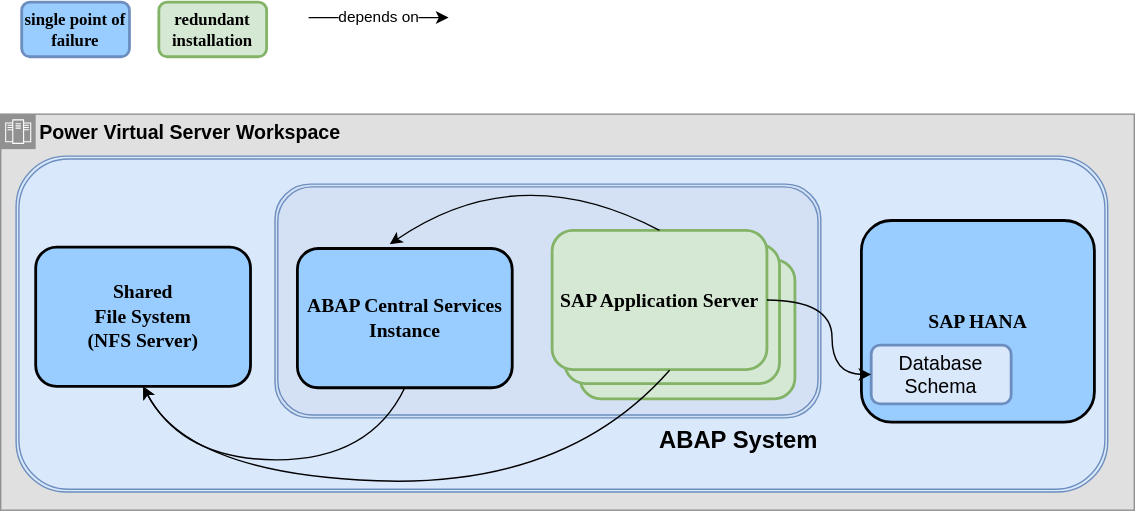
ibm-cloud-docs/sap keeps this draw.io diagram as images/powervs-ha-technical-components.svg. Above is the earlier version. Source tidied: cells renumbered, new cells last; positions are measured from the earlier drawing's top-left corner, leaving out a move shared by most shapes.
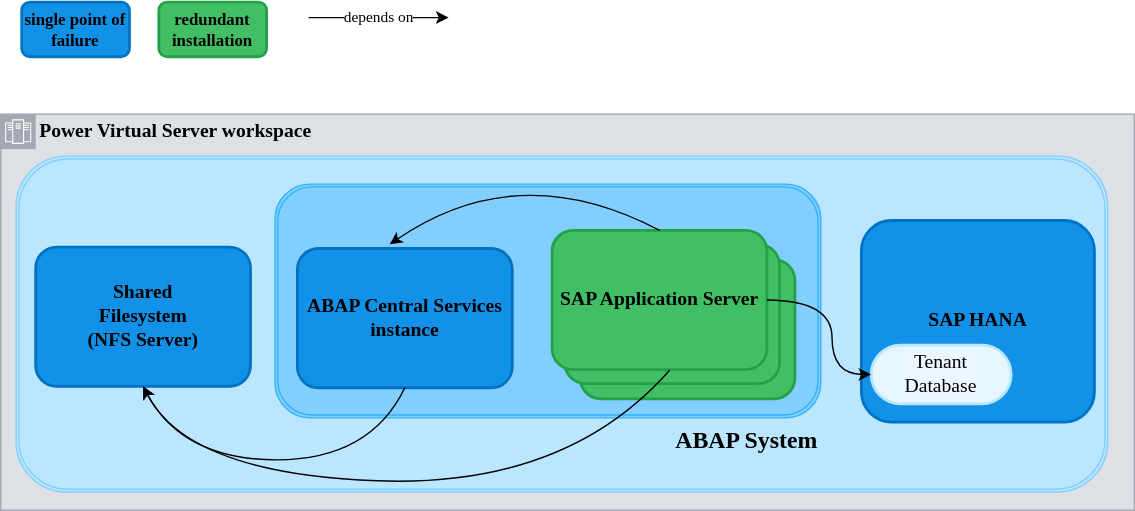
Later version of the same file.

The edit, as a diff of the source:
```diff
@@ -1,44 +1,44 @@
-<mxGraphModel>
+<mxGraphModel background="#ffffff">
   <root>
     <mxCell id="0" />
     <mxCell id="1" parent="0" />
-    <mxCell id="2" value="&lt;font style=&quot;font-size: 14px;&quot;&gt;&lt;b&gt;Power Virtual Server Workspace&lt;/b&gt;&lt;/font&gt;" style="shape=mxgraph.ibm.box;prType=zone;fontStyle=0;verticalAlign=top;align=left;spacingLeft=32;spacingTop=4;fillColor=#E0E0E0;rounded=0;whiteSpace=wrap;html=1;strokeColor=#919191;strokeWidth=1;dashed=0;spacing=-4;" parent="1" vertex="1">
+    <mxCell id="2" value="&lt;font style=&quot;font-size: 14px;&quot;&gt;&lt;b&gt;Power Virtual Server workspace&lt;/b&gt;&lt;/font&gt;" style="shape=mxgraph.ibm.box;prType=zone;fontStyle=0;verticalAlign=top;align=left;spacingLeft=32;spacingTop=4;fillColor=#DDE1E6;rounded=0;whiteSpace=wrap;html=1;strokeColor=#A2A9B0;strokeWidth=1;dashed=0;spacing=-4;fontFamily=IBM Plex Sans;" parent="1" vertex="1">
       <mxGeometry y="80" width="810" height="283" as="geometry" />
     </mxCell>
-    <mxCell id="3" style="shape=ext;double=1;rounded=1;whiteSpace=wrap;html=1;fillColor=#DAE8FC;strokeColor=#6c8ebf;labelPosition=center;verticalLabelPosition=bottom;align=center;verticalAlign=top;fontSize=17;fontStyle=1;" parent="1" vertex="1">
+    <mxCell id="3" style="shape=ext;double=1;rounded=1;whiteSpace=wrap;html=1;fillColor=#BAE6FF;strokeColor=#82CFFF;labelPosition=center;verticalLabelPosition=bottom;align=center;verticalAlign=top;fontSize=17;fontStyle=1;fontFamily=IBM Plex Sans;" parent="1" vertex="1">
       <mxGeometry x="11" y="110" width="780" height="240" as="geometry" />
     </mxCell>
-    <mxCell id="4" value="&lt;font face=&quot;IBM Plex Sans&quot; style=&quot;font-size: 14px;&quot;&gt;&lt;b style=&quot;font-size: 14px;&quot;&gt;SAP HANA&lt;br&gt;&lt;/b&gt;&lt;/font&gt;" style="rounded=1;whiteSpace=wrap;html=1;strokeWidth=2;fillWeight=4;hachureGap=8;hachureAngle=45;fillColor=#99CCFF;fontSize=14;labelPosition=center;verticalLabelPosition=middle;align=center;verticalAlign=middle;" parent="1" vertex="1">
+    <mxCell id="4" value="&lt;font style=&quot;font-size: 14px;&quot;&gt;&lt;b style=&quot;font-size: 14px;&quot;&gt;SAP HANA&lt;br&gt;&lt;/b&gt;&lt;/font&gt;" style="rounded=1;whiteSpace=wrap;html=1;strokeWidth=2;fillWeight=4;hachureGap=8;hachureAngle=45;fillColor=#1192E8;fontSize=14;labelPosition=center;verticalLabelPosition=middle;align=center;verticalAlign=middle;fontFamily=IBM Plex Sans;strokeColor=#0072C3;" parent="1" vertex="1">
       <mxGeometry x="615" y="156" width="166.5" height="144" as="geometry" />
     </mxCell>
-    <mxCell id="5" value="&lt;font face=&quot;IBM Plex Sans&quot; style=&quot;font-size: 14px;&quot;&gt;&lt;b style=&quot;font-size: 14px;&quot;&gt;Shared&lt;br style=&quot;font-size: 14px;&quot;&gt;File System&lt;br&gt;(NFS Server)&lt;br style=&quot;font-size: 14px;&quot;&gt;&lt;/b&gt;&lt;/font&gt;" style="rounded=1;whiteSpace=wrap;html=1;strokeWidth=2;fillWeight=4;hachureGap=8;hachureAngle=45;fillColor=#99CCFF;fontSize=14;" parent="1" vertex="1">
+    <mxCell id="5" value="&lt;font style=&quot;font-size: 14px;&quot;&gt;&lt;b style=&quot;font-size: 14px;&quot;&gt;Shared&lt;br style=&quot;font-size: 14px;&quot;&gt;Filesystem&lt;br&gt;(NFS Server)&lt;br style=&quot;font-size: 14px;&quot;&gt;&lt;/b&gt;&lt;/font&gt;" style="rounded=1;whiteSpace=wrap;html=1;strokeWidth=2;fillWeight=4;hachureGap=8;hachureAngle=45;fillColor=#1192E8;fontSize=14;fontFamily=IBM Plex Sans;strokeColor=#0072C3;" parent="1" vertex="1">
       <mxGeometry x="25" y="175" width="153.5" height="99.5" as="geometry" />
     </mxCell>
-    <mxCell id="6" value="&lt;font face=&quot;IBM Plex Sans&quot; style=&quot;font-size: 12px;&quot;&gt;&lt;b style=&quot;font-size: 12px;&quot;&gt;redundant installation&lt;/b&gt;&lt;/font&gt;" style="rounded=1;whiteSpace=wrap;html=1;strokeWidth=2;fillWeight=4;hachureGap=8;hachureAngle=45;fillColor=#d5e8d4;fontSize=12;labelPosition=center;verticalLabelPosition=middle;align=center;verticalAlign=middle;strokeColor=#82b366;" parent="1" vertex="1">
+    <mxCell id="6" value="&lt;font style=&quot;font-size: 12px;&quot;&gt;&lt;b style=&quot;font-size: 12px;&quot;&gt;redundant installation&lt;/b&gt;&lt;/font&gt;" style="rounded=1;whiteSpace=wrap;html=1;strokeWidth=2;fillWeight=4;hachureGap=8;hachureAngle=45;fillColor=#42BE65;fontSize=12;labelPosition=center;verticalLabelPosition=middle;align=center;verticalAlign=middle;strokeColor=#24A148;fontFamily=IBM Plex Sans;" parent="1" vertex="1">
       <mxGeometry x="113" width="77" height="39" as="geometry" />
     </mxCell>
-    <mxCell id="7" value="&lt;font face=&quot;IBM Plex Sans&quot; style=&quot;font-size: 12px;&quot;&gt;&lt;b style=&quot;font-size: 12px;&quot;&gt;single point of failure&lt;/b&gt;&lt;/font&gt;" style="rounded=1;whiteSpace=wrap;html=1;strokeWidth=2;fillWeight=4;hachureGap=8;hachureAngle=45;fillColor=#99CCFF;fontSize=12;labelPosition=center;verticalLabelPosition=middle;align=center;verticalAlign=middle;strokeColor=#6c8ebf;" parent="1" vertex="1">
+    <mxCell id="7" value="&lt;font style=&quot;font-size: 12px;&quot;&gt;&lt;b style=&quot;font-size: 12px;&quot;&gt;single point of failure&lt;/b&gt;&lt;/font&gt;" style="rounded=1;whiteSpace=wrap;html=1;strokeWidth=2;fillWeight=4;hachureGap=8;hachureAngle=45;fillColor=#1192E8;fontSize=12;labelPosition=center;verticalLabelPosition=middle;align=center;verticalAlign=middle;strokeColor=#0072C3;fontFamily=IBM Plex Sans;" parent="1" vertex="1">
       <mxGeometry x="15" width="77" height="39" as="geometry" />
     </mxCell>
-    <mxCell id="8" value="ABAP System" style="shape=ext;double=1;rounded=1;whiteSpace=wrap;html=1;fillColor=#D4E1F5;strokeColor=#6c8ebf;labelPosition=center;verticalLabelPosition=bottom;align=right;verticalAlign=top;fontSize=17;fontStyle=1;" parent="1" vertex="1">
+    <mxCell id="8" value="ABAP System" style="shape=ext;double=1;rounded=1;whiteSpace=wrap;html=1;fillColor=#82CFFF;strokeColor=#33B1FF;labelPosition=center;verticalLabelPosition=bottom;align=right;verticalAlign=top;fontSize=17;fontStyle=1;fontFamily=IBM Plex Sans;" parent="1" vertex="1">
       <mxGeometry x="196" y="130" width="390" height="167" as="geometry" />
     </mxCell>
-    <mxCell id="9" value="&lt;font face=&quot;IBM Plex Sans&quot; style=&quot;font-size: 14px;&quot;&gt;&lt;b style=&quot;font-size: 14px;&quot;&gt;ABAP Central Services Instance&lt;/b&gt;&lt;/font&gt;" style="rounded=1;whiteSpace=wrap;html=1;strokeWidth=2;fillWeight=4;hachureGap=8;hachureAngle=45;fillColor=#99CCFF;fontSize=14;" parent="1" vertex="1">
+    <mxCell id="9" value="ABAP Central Services instance" style="rounded=1;whiteSpace=wrap;html=1;strokeWidth=2;fillWeight=4;hachureGap=8;hachureAngle=45;fillColor=#1192E8;fontSize=14;fontStyle=1;fontFamily=IBM Plex Sans;strokeColor=#0072C3;" parent="1" vertex="1">
       <mxGeometry x="212" y="176" width="153.5" height="99.5" as="geometry" />
     </mxCell>
-    <mxCell id="10" style="rounded=1;whiteSpace=wrap;html=1;strokeWidth=2;fillWeight=4;hachureGap=8;hachureAngle=45;fillColor=#d5e8d4;fontSize=14;labelPosition=center;verticalLabelPosition=middle;align=center;verticalAlign=middle;strokeColor=#82b366;" parent="1" vertex="1">
+    <mxCell id="10" style="rounded=1;whiteSpace=wrap;html=1;strokeWidth=2;fillWeight=4;hachureGap=8;hachureAngle=45;fillColor=#42BE65;fontSize=14;labelPosition=center;verticalLabelPosition=middle;align=center;verticalAlign=middle;strokeColor=#24A148;fontFamily=IBM Plex Sans;" parent="1" vertex="1">
       <mxGeometry x="414" y="184" width="153.5" height="99.5" as="geometry" />
     </mxCell>
-    <mxCell id="11" style="rounded=1;whiteSpace=wrap;html=1;strokeWidth=2;fillWeight=4;hachureGap=8;hachureAngle=45;fillColor=#d5e8d4;fontSize=14;labelPosition=center;verticalLabelPosition=middle;align=center;verticalAlign=middle;strokeColor=#82b366;" parent="1" vertex="1">
+    <mxCell id="11" style="rounded=1;whiteSpace=wrap;html=1;strokeWidth=2;fillWeight=4;hachureGap=8;hachureAngle=45;fillColor=#42BE65;fontSize=14;labelPosition=center;verticalLabelPosition=middle;align=center;verticalAlign=middle;strokeColor=#24A148;fontFamily=IBM Plex Sans;" parent="1" vertex="1">
       <mxGeometry x="403" y="173" width="153.5" height="99.5" as="geometry" />
     </mxCell>
-    <mxCell id="12" value="&lt;font face=&quot;IBM Plex Sans&quot; style=&quot;font-size: 14px;&quot;&gt;&lt;b style=&quot;font-size: 14px;&quot;&gt;SAP Application Server&lt;/b&gt;&lt;/font&gt;" style="rounded=1;whiteSpace=wrap;html=1;strokeWidth=2;fillWeight=4;hachureGap=8;hachureAngle=45;fillColor=#d5e8d4;fontSize=14;labelPosition=center;verticalLabelPosition=middle;align=center;verticalAlign=middle;strokeColor=#82b366;" parent="1" vertex="1">
+    <mxCell id="12" value="&lt;font style=&quot;font-size: 14px;&quot;&gt;&lt;b style=&quot;font-size: 14px;&quot;&gt;SAP Application Server&lt;/b&gt;&lt;/font&gt;" style="rounded=1;whiteSpace=wrap;html=1;strokeWidth=2;fillWeight=4;hachureGap=8;hachureAngle=45;fillColor=#42BE65;fontSize=14;labelPosition=center;verticalLabelPosition=middle;align=center;verticalAlign=middle;strokeColor=#24A148;fontFamily=IBM Plex Sans;" parent="1" vertex="1">
       <mxGeometry x="394" y="163" width="153.5" height="99.5" as="geometry" />
     </mxCell>
-    <mxCell id="13" value="Database&lt;br&gt;Schema" style="rounded=1;whiteSpace=wrap;html=1;strokeWidth=2;fillWeight=4;hachureGap=8;hachureAngle=45;fillColor=#dae8fc;fontSize=14;labelPosition=center;verticalLabelPosition=middle;align=center;verticalAlign=middle;strokeColor=#6c8ebf;" parent="1" vertex="1">
+    <mxCell id="13" value="Tenant&lt;br&gt;Database" style="rounded=1;whiteSpace=wrap;html=1;strokeWidth=2;fillWeight=4;hachureGap=8;hachureAngle=45;fillColor=#E5F6FF;fontSize=14;labelPosition=center;verticalLabelPosition=middle;align=center;verticalAlign=middle;strokeColor=#BAE6FF;fontFamily=IBM Plex Sans;labelBackgroundColor=#EDF5FF;arcSize=50;" parent="1" vertex="1">
       <mxGeometry x="622" y="245" width="100" height="42" as="geometry" />
     </mxCell>
-    <mxCell id="14" style="curved=1;endArrow=classic;html=1;rounded=0;exitX=0.5;exitY=1;exitDx=0;exitDy=0;entryX=0.5;entryY=1;entryDx=0;entryDy=0;" parent="1" edge="1" source="9" target="5">
+    <mxCell id="14" style="curved=1;endArrow=classic;html=1;rounded=0;exitX=0.5;exitY=1;exitDx=0;exitDy=0;entryX=0.5;entryY=1;entryDx=0;entryDy=0;fontFamily=IBM Plex Sans;" parent="1" edge="1" source="9" target="5">
       <mxGeometry relative="1" as="geometry">
         <Array as="points">
           <mxPoint x="264" y="327" />
@@ -46,7 +46,7 @@
         </Array>
       </mxGeometry>
     </mxCell>
-    <mxCell id="15" style="curved=1;endArrow=classic;html=1;rounded=0;exitX=0.547;exitY=1.005;exitDx=0;exitDy=0;entryX=0.5;entryY=1;entryDx=0;entryDy=0;exitPerimeter=0;" parent="1" edge="1" source="12" target="5">
+    <mxCell id="15" style="curved=1;endArrow=classic;html=1;rounded=0;exitX=0.547;exitY=1.005;exitDx=0;exitDy=0;entryX=0.5;entryY=1;entryDx=0;entryDy=0;exitPerimeter=0;fontFamily=IBM Plex Sans;" parent="1" edge="1" source="12" target="5">
       <mxGeometry relative="1" as="geometry">
         <Array as="points">
           <mxPoint x="404" y="347" />
@@ -54,7 +54,7 @@
         </Array>
       </mxGeometry>
     </mxCell>
-    <mxCell id="16" style="curved=1;endArrow=classic;html=1;rounded=0;exitX=1;exitY=0.5;exitDx=0;exitDy=0;entryX=0;entryY=0.5;entryDx=0;entryDy=0;" parent="1" edge="1" source="12" target="13">
+    <mxCell id="16" style="curved=1;endArrow=classic;html=1;rounded=0;exitX=1;exitY=0.5;exitDx=0;exitDy=0;entryX=0;entryY=0.5;entryDx=0;entryDy=0;fontFamily=IBM Plex Sans;labelBackgroundColor=#EDF5FF;" parent="1" edge="1" source="12" target="13">
       <mxGeometry relative="1" as="geometry">
         <Array as="points">
           <mxPoint x="594" y="213" />
@@ -62,14 +62,14 @@
         </Array>
       </mxGeometry>
     </mxCell>
-    <mxCell id="17" style="curved=1;endArrow=classic;html=1;rounded=0;exitX=0.5;exitY=0;exitDx=0;exitDy=0;entryX=0.43;entryY=-0.03;entryDx=0;entryDy=0;entryPerimeter=0;" parent="1" edge="1" source="12" target="9">
+    <mxCell id="17" style="curved=1;endArrow=classic;html=1;rounded=0;exitX=0.5;exitY=0;exitDx=0;exitDy=0;entryX=0.43;entryY=-0.03;entryDx=0;entryDy=0;entryPerimeter=0;fontFamily=IBM Plex Sans;" parent="1" edge="1" source="12" target="9">
       <mxGeometry relative="1" as="geometry">
         <Array as="points">
           <mxPoint x="370" y="110" />
         </Array>
       </mxGeometry>
     </mxCell>
-    <mxCell id="18" value="depends on" style="curved=1;endArrow=classic;html=1;rounded=0;" parent="1" edge="1">
+    <mxCell id="18" value="depends on" style="curved=1;endArrow=classic;html=1;rounded=0;fontFamily=IBM Plex Sans;" parent="1" edge="1">
       <mxGeometry relative="1" as="geometry">
         <mxPoint x="220" y="11" as="sourcePoint" />
         <mxPoint x="320" y="11" as="targetPoint" />
```
